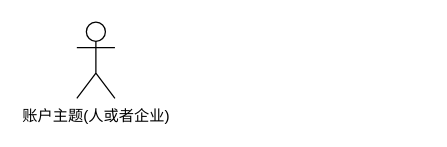
The draw.io diagram 账户.drawio in bluefantasy2014/draw.io, before the edit. Source tidied: cells renumbered, new cells numbered last; positions are measured from the earlier drawing's top-left corner, leaving out a move shared by most shapes. Both pictures are drawn from the tidied source at 127%, with x=0, y=0 at pixel (76, 22).
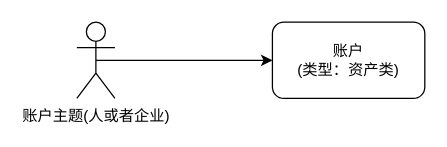
The same diagram, later.

Diff of the diagram source:
```diff
@@
 <mxGraphModel>
   <root>
     <mxCell id="0" />
     <mxCell id="1" parent="0" />
+    <mxCell id="3" style="edgeStyle=orthogonalEdgeStyle;rounded=0;jettySize=auto;html=1;exitX=0.5;exitY=0.5;exitDx=0;exitDy=0;exitPerimeter=0;entryX=0;entryY=0.5;entryDx=0;entryDy=0;" parent="1" edge="1" source="2" target="4">
+      <mxGeometry relative="1" as="geometry" />
+    </mxCell>
     <mxCell id="2" value="账户主题(人或者企业)" style="shape=umlActor;verticalLabelPosition=bottom;labelBackgroundColor=#ffffff;verticalAlign=top;html=1;outlineConnect=0;" parent="1" vertex="1">
       <mxGeometry width="30" height="60" as="geometry" />
     </mxCell>
+    <mxCell id="4" value="账户&lt;br&gt;(类型：资产类)" style="rounded=1;whiteSpace=wrap;html=1;" parent="1" vertex="1">
+      <mxGeometry x="154" width="120" height="60" as="geometry" />
+    </mxCell>
   </root>
 </mxGraphModel>
```
